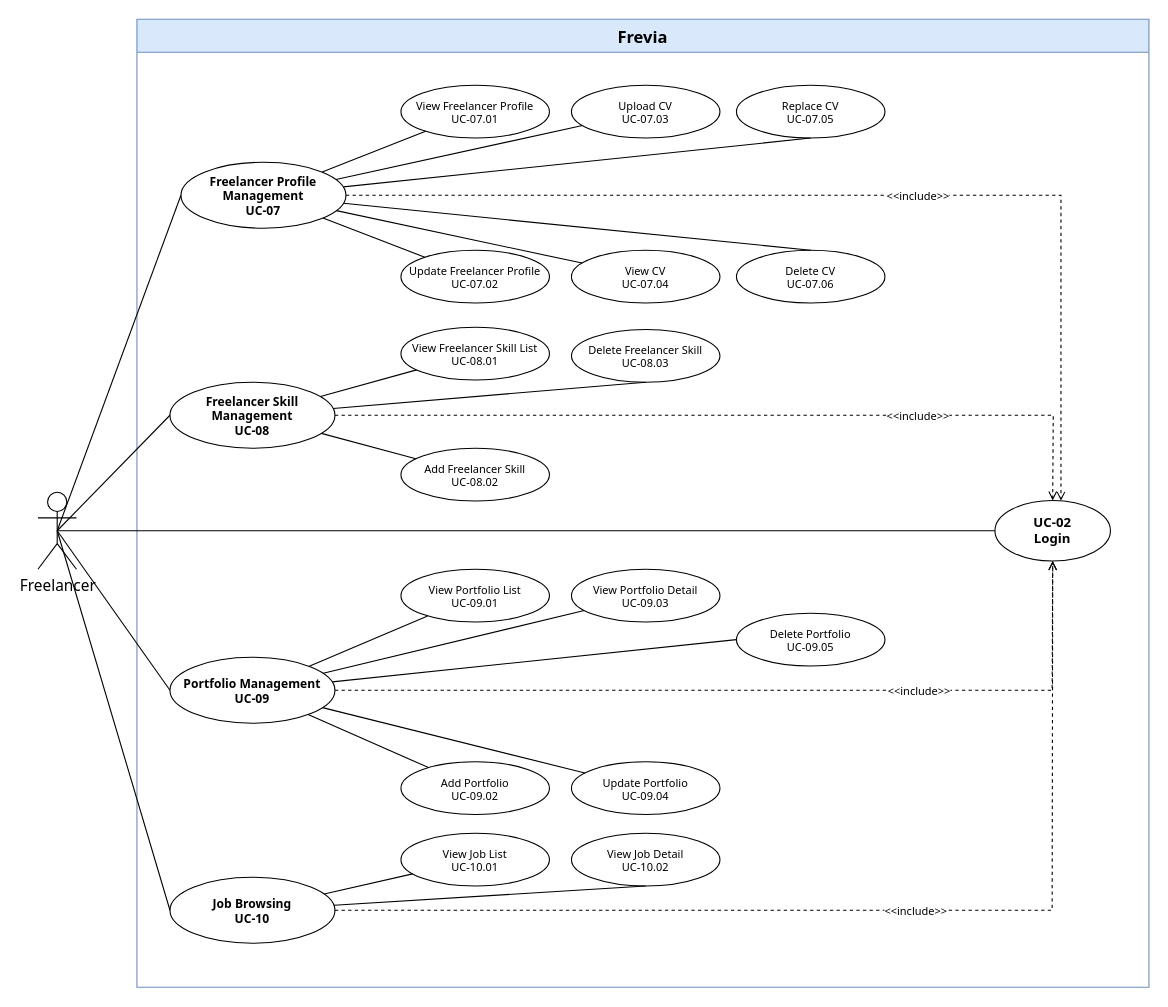
Earlier version of the draw.io diagram page "Freelancer 2/7" (2 of 7) of uc-diagrams/Freelancer.drawio (Thunggg/Frevia). Source tidied: cells renumbered, new cells numbered last; positions are measured from the earlier drawing's top-left corner, leaving out a move shared by most shapes. Both pictures are drawn from the tidied source at 110%, with x=0, y=0 at pixel (37, 19).
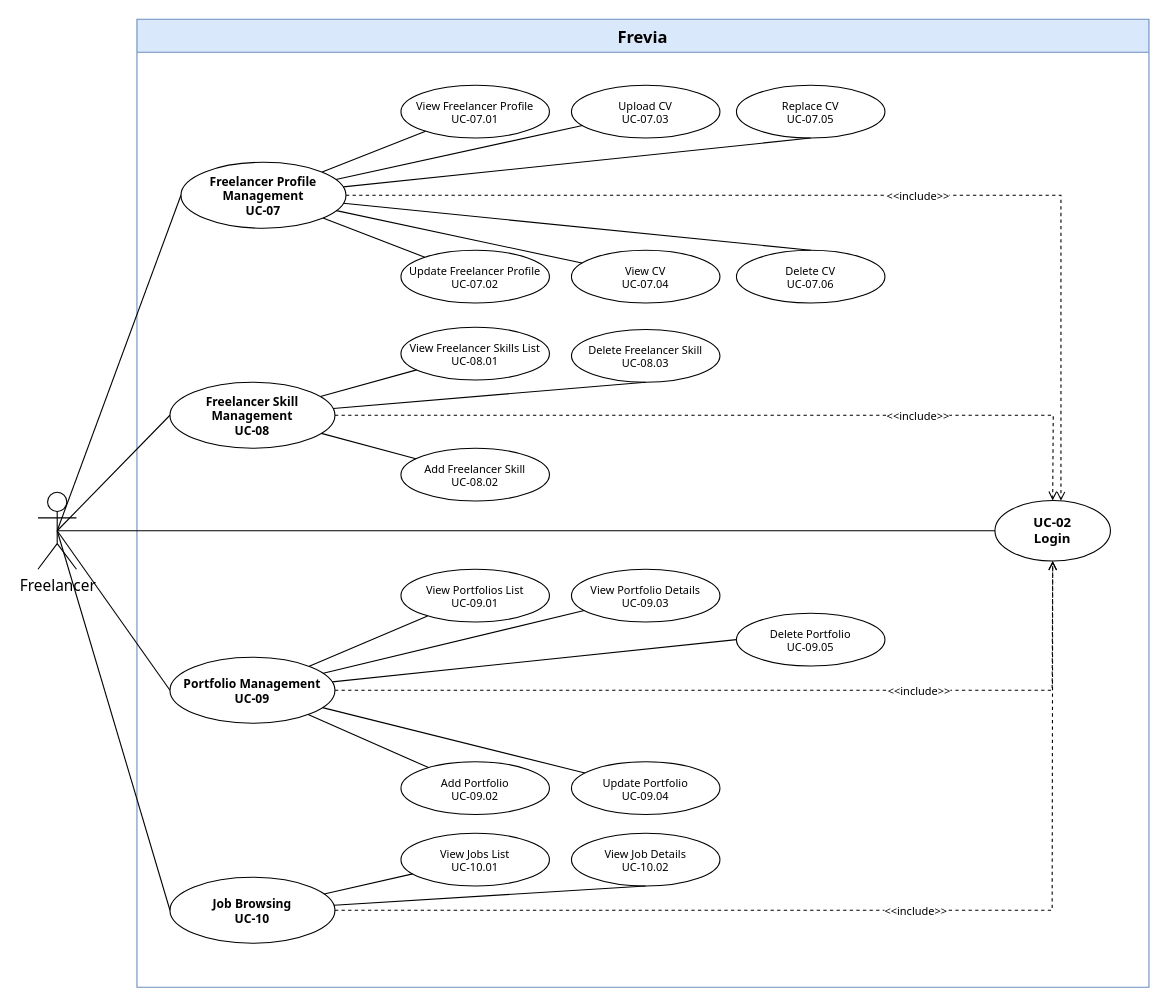
The same page after the edit.

Unchanged cells that the change refers to:
```xml
<mxCell id="2" value="Frevia" style="swimlane;whiteSpace=wrap;html=1;startSize=30;fontSize=15;fontFamily=Tahoma;fontStyle=1;fillColor=#dae8fc;strokeColor=#6c8ebf;" parent="1" vertex="1">
  <mxGeometry x="90" width="920" height="880" as="geometry" />
</mxCell>
```

What changed in the source:
```diff
@@
-    <mxCell id="18" value="View Freelancer Skill List&#10;UC-08.01" style="ellipse;whiteSpace=wrap;html=1;fontSize=10;fontFamily=Tahoma;fillColor=#ffffff;strokeColor=#000000;" parent="2" vertex="1">
+    <mxCell id="18" value="View Freelancer Skills List&#10;UC-08.01" style="ellipse;whiteSpace=wrap;html=1;fontSize=10;fontFamily=Tahoma;fillColor=#ffffff;strokeColor=#000000;" parent="2" vertex="1">
       <mxGeometry x="240" y="280" width="135" height="48" as="geometry" />
     </mxCell>
@@
-    <mxCell id="25" value="View Portfolio List&#10;UC-09.01" style="ellipse;whiteSpace=wrap;html=1;fontSize=10;fontFamily=Tahoma;fillColor=#ffffff;strokeColor=#000000;" parent="2" vertex="1">
+    <mxCell id="25" value="View Portfolios List&#10;UC-09.01" style="ellipse;whiteSpace=wrap;html=1;fontSize=10;fontFamily=Tahoma;fillColor=#ffffff;strokeColor=#000000;" parent="2" vertex="1">
       <mxGeometry x="240" y="500" width="135" height="48" as="geometry" />
     </mxCell>
@@
-    <mxCell id="27" value="View Portfolio Detail&#10;UC-09.03" style="ellipse;whiteSpace=wrap;html=1;fontSize=10;fontFamily=Tahoma;fillColor=#ffffff;strokeColor=#000000;" parent="2" vertex="1">
+    <mxCell id="27" value="View Portfolio Details&#10;UC-09.03" style="ellipse;whiteSpace=wrap;html=1;fontSize=10;fontFamily=Tahoma;fillColor=#ffffff;strokeColor=#000000;" parent="2" vertex="1">
       <mxGeometry x="395" y="500" width="135" height="48" as="geometry" />
     </mxCell>
@@
-    <mxCell id="36" value="View Job List&#10;UC-10.01" style="ellipse;whiteSpace=wrap;html=1;fontSize=10;fontFamily=Tahoma;fillColor=#ffffff;strokeColor=#000000;" parent="2" vertex="1">
+    <mxCell id="36" value="View Jobs List&#10;UC-10.01" style="ellipse;whiteSpace=wrap;html=1;fontSize=10;fontFamily=Tahoma;fillColor=#ffffff;strokeColor=#000000;" parent="2" vertex="1">
       <mxGeometry x="240" y="740" width="135" height="48" as="geometry" />
     </mxCell>
-    <mxCell id="37" value="View Job Detail&#10;UC-10.02" style="ellipse;whiteSpace=wrap;html=1;fontSize=10;fontFamily=Tahoma;fillColor=#ffffff;strokeColor=#000000;" parent="2" vertex="1">
+    <mxCell id="37" value="View Job Details&#10;UC-10.02" style="ellipse;whiteSpace=wrap;html=1;fontSize=10;fontFamily=Tahoma;fillColor=#ffffff;strokeColor=#000000;" parent="2" vertex="1">
       <mxGeometry x="395" y="740" width="135" height="48" as="geometry" />
     </mxCell>
```
